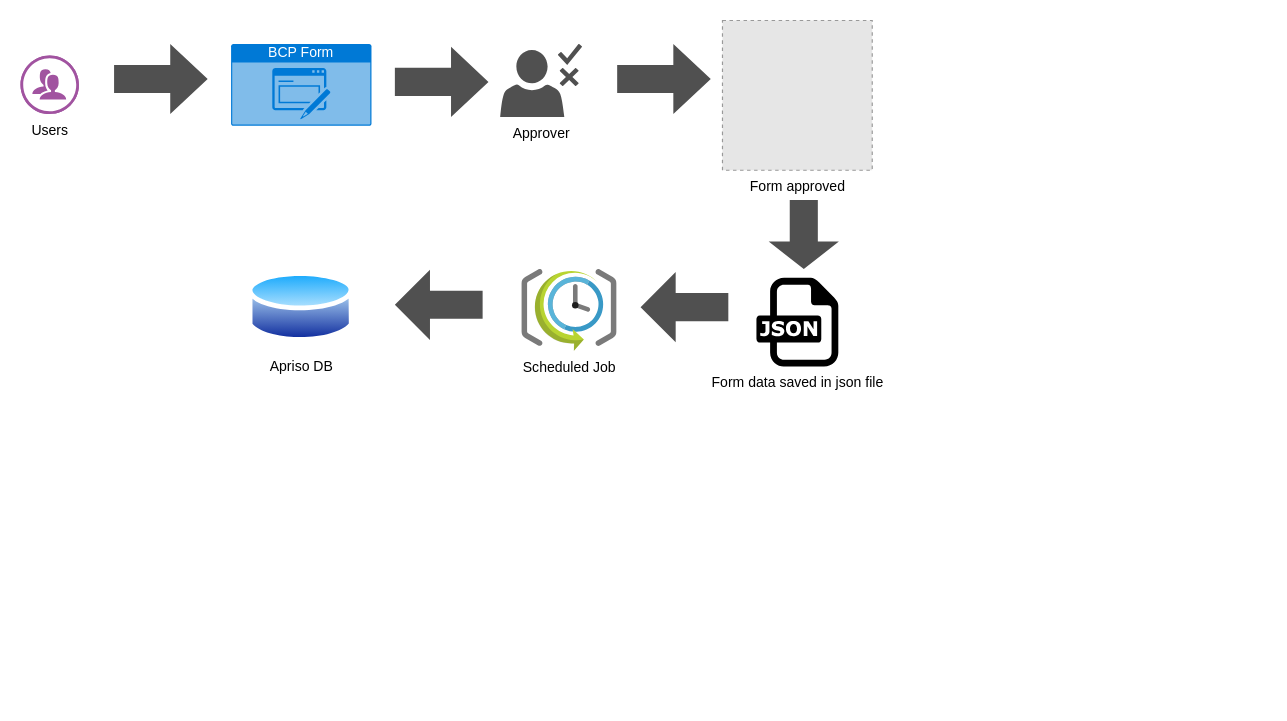
Above: page "Page-1" (1 of 2) of Untitled Diagram.drawio in chulbuljha/QHas (draw.io), before the change. Source tidied: cells renumbered, new cells numbered last; positions are measured from the earlier drawing's top-left corner, leaving out a move shared by most shapes. Both pictures are drawn from the tidied source at 117%, with x=0, y=0 at pixel (20, 20). Pictures stored in the file or linked from it are replaced by grey dashed boxes.
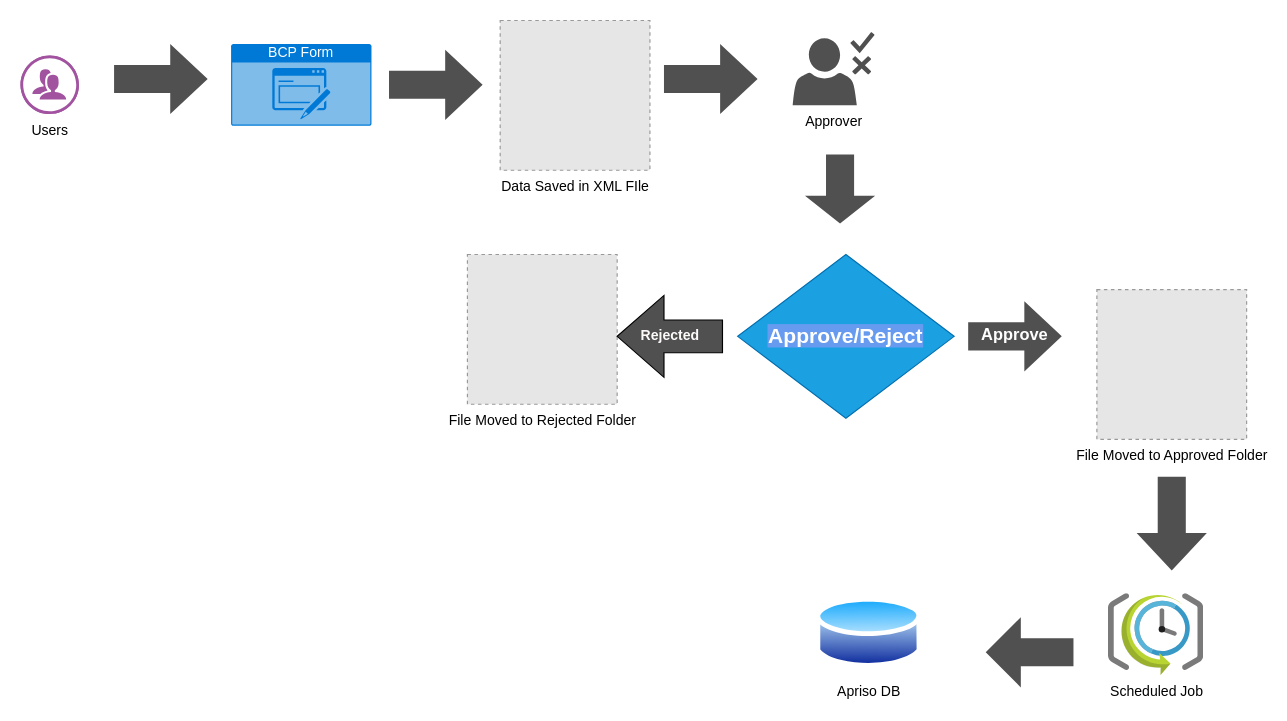
After the change.

The edit, as a diff of the source:
```diff
@@
 <mxGraphModel>
   <root>
     <mxCell id="0" />
     <mxCell id="1" parent="0" />
     <mxCell id="2" value="Users" style="verticalLabelPosition=bottom;sketch=0;html=1;fillColor=#A153A0;strokeColor=#ffffff;verticalAlign=top;align=center;shape=mxgraph.cisco_safe.compositeIcon;bgIcon=ellipse;resIcon=mxgraph.cisco_safe.design.users;" parent="1" vertex="1">
       <mxGeometry y="30" width="50" height="50" as="geometry" />
     </mxCell>
     <mxCell id="3" value="BCP Form" style="html=1;whiteSpace=wrap;strokeColor=none;fillColor=#0079D6;labelPosition=center;verticalLabelPosition=middle;verticalAlign=top;align=center;fontSize=12;spacingTop=-6;fontColor=#FFFFFF;sketch=0;shape=mxgraph.sitemap.form;" parent="1" vertex="1">
       <mxGeometry x="180" y="20" width="120" height="70" as="geometry" />
     </mxCell>
     <mxCell id="4" value="Approver" style="sketch=0;shadow=0;dashed=0;html=1;strokeColor=none;fillColor=#505050;labelPosition=center;verticalLabelPosition=bottom;verticalAlign=top;align=center;shape=mxgraph.office.users.approver;" parent="1" vertex="1">
-      <mxGeometry x="410" y="20" width="70" height="62.5" as="geometry" />
+      <mxGeometry x="660" y="10" width="70" height="62.5" as="geometry" />
     </mxCell>
-    <mxCell id="5" value="Form approved" style="fillColor=#E6E6E6;strokeColor=#999999;dashed=1;html=1;verticalAlign=top;verticalLabelPosition=bottom;labelBackgroundColor=#ffffff;" parent="1" vertex="1">
-      <mxGeometry x="600" width="128" height="128" as="geometry" />
-    </mxCell>
     <mxCell id="6" style="shape=singleArrow;whiteSpace=wrap;html=1;arrowWidth=0.4;arrowSize=0.4;verticalAlign=top;fillColor=#505050;strokeColor=none;sketch=0;shadow=0;dashed=0;rotation=90;" parent="1" vertex="1">
-      <mxGeometry x="640" y="153" width="59" height="60" as="geometry" />
+      <mxGeometry x="671" y="114" width="59" height="60" as="geometry" />
     </mxCell>
     <mxCell id="7" style="shape=singleArrow;whiteSpace=wrap;html=1;arrowWidth=0.4;arrowSize=0.4;verticalAlign=top;fillColor=#505050;strokeColor=none;sketch=0;shadow=0;dashed=0;" parent="1" vertex="1">
-      <mxGeometry x="320" y="22.5" width="80" height="60" as="geometry" />
+      <mxGeometry x="315" y="25" width="80" height="60" as="geometry" />
     </mxCell>
     <mxCell id="8" style="shape=singleArrow;whiteSpace=wrap;html=1;arrowWidth=0.4;arrowSize=0.4;verticalAlign=top;fillColor=#505050;strokeColor=none;sketch=0;shadow=0;dashed=0;" parent="1" vertex="1">
       <mxGeometry x="80" y="20" width="80" height="60" as="geometry" />
     </mxCell>
-    <mxCell id="9" value="Form data saved in json file" style="dashed=0;html=1;align=center;labelPosition=center;verticalLabelPosition=bottom;verticalAlign=top;shape=mxgraph.weblogos.json;" parent="1" vertex="1">
-      <mxGeometry x="629" y="220" width="70" height="75.8" as="geometry" />
-    </mxCell>
-    <mxCell id="10" style="shape=singleArrow;whiteSpace=wrap;html=1;arrowWidth=0.4;arrowSize=0.4;verticalAlign=top;fillColor=#505050;strokeColor=none;sketch=0;shadow=0;dashed=0;" parent="1" vertex="1">
-      <mxGeometry x="510" y="20" width="80" height="60" as="geometry" />
+    <mxCell id="10" value="&lt;h3&gt;&lt;font style=&quot;color: rgb(255, 255, 255);&quot;&gt;Approve&lt;/font&gt;&lt;/h3&gt;" style="shape=singleArrow;whiteSpace=wrap;html=1;arrowWidth=0.4;arrowSize=0.4;verticalAlign=top;fillColor=#505050;strokeColor=none;sketch=0;shadow=0;dashed=0;" parent="1" vertex="1">
+      <mxGeometry x="810" y="240" width="80" height="60" as="geometry" />
     </mxCell>
     <mxCell id="11" value="Scheduled Job" style="image;sketch=0;html=1;align=center;fontSize=12;image=img/lib/mscae/SchedulerJobCollection.svg;" parent="1" vertex="1">
-      <mxGeometry x="428.6" y="213" width="81.4" height="70" as="geometry" />
+      <mxGeometry x="930" y="490" width="81.4" height="70" as="geometry" />
     </mxCell>
-    <mxCell id="12" style="shape=singleArrow;whiteSpace=wrap;html=1;arrowWidth=0.4;arrowSize=0.4;verticalAlign=top;fillColor=#505050;strokeColor=none;sketch=0;shadow=0;dashed=0;rotation=-180;" parent="1" vertex="1">
-      <mxGeometry x="530" y="215" width="75" height="60" as="geometry" />
+    <mxCell id="12" style="shape=singleArrow;whiteSpace=wrap;html=1;arrowWidth=0.4;arrowSize=0.4;verticalAlign=top;fillColor=#505050;strokeColor=none;sketch=0;shadow=0;dashed=0;rotation=90;" parent="1" vertex="1">
+      <mxGeometry x="944" y="400" width="80" height="60" as="geometry" />
     </mxCell>
     <mxCell id="13" value="Apriso DB" style="image;perimeter=ellipsePerimeter;html=1;align=center;shadow=0;dashed=0;spacingTop=3;image=img/lib/active_directory/database.svg;" parent="1" vertex="1">
-      <mxGeometry x="194.7" y="211.5" width="90.5" height="67" as="geometry" />
+      <mxGeometry x="680" y="490" width="90.5" height="67" as="geometry" />
     </mxCell>
-    <mxCell id="14" style="shape=singleArrow;whiteSpace=wrap;html=1;arrowWidth=0.4;arrowSize=0.4;verticalAlign=top;fillColor=#505050;strokeColor=none;sketch=0;shadow=0;dashed=0;rotation=-180;" parent="1" vertex="1">
-      <mxGeometry x="320" y="213" width="75" height="60" as="geometry" />
-    </mxCell>
+    <mxCell id="15" value="Data Saved in XML FIle" style="fillColor=#E6E6E6;strokeColor=#999999;dashed=1;html=1;verticalAlign=top;verticalLabelPosition=bottom;labelBackgroundColor=#ffffff;" parent="1" vertex="1">
+      <mxGeometry x="410" width="128" height="128" as="geometry" />
+    </mxCell>
+    <mxCell id="16" style="shape=singleArrow;whiteSpace=wrap;html=1;arrowWidth=0.4;arrowSize=0.4;verticalAlign=top;fillColor=#505050;strokeColor=none;sketch=0;shadow=0;dashed=0;" parent="1" vertex="1">
+      <mxGeometry x="550" y="20" width="80" height="60" as="geometry" />
+    </mxCell>
+    <mxCell id="17" value="File Moved to Approved Folder" style="fillColor=#E6E6E6;strokeColor=#999999;dashed=1;html=1;verticalAlign=top;verticalLabelPosition=bottom;labelBackgroundColor=#ffffff;" parent="1" vertex="1">
+      <mxGeometry x="920" y="230" width="128" height="128" as="geometry" />
+    </mxCell>
+    <mxCell id="18" value="&lt;h2&gt;&lt;b style=&quot;background-color: light-dark(rgb(102, 155, 240), rgb(255, 255, 255));&quot;&gt;Approve/Reject&lt;/b&gt;&lt;/h2&gt;" style="rhombus;whiteSpace=wrap;html=1;fillColor=#1ba1e2;fontColor=#ffffff;strokeColor=#006EAF;" parent="1" vertex="1">
+      <mxGeometry x="613" y="200" width="185" height="140" as="geometry" />
+    </mxCell>
+    <mxCell id="19" value="File Moved to Rejected Folder" style="fillColor=#E6E6E6;strokeColor=#999999;dashed=1;html=1;verticalAlign=top;verticalLabelPosition=bottom;labelBackgroundColor=#ffffff;" parent="1" vertex="1">
+      <mxGeometry x="382" y="200" width="128" height="128" as="geometry" />
+    </mxCell>
+    <mxCell id="20" style="shape=singleArrow;whiteSpace=wrap;html=1;arrowWidth=0.4;arrowSize=0.4;verticalAlign=top;fillColor=#505050;strokeColor=none;sketch=0;shadow=0;dashed=0;rotation=-180;" parent="1" vertex="1">
+      <mxGeometry x="825" y="510" width="75" height="60" as="geometry" />
+    </mxCell>
+    <mxCell id="21" value="&lt;font style=&quot;color: light-dark(rgb(255, 250, 250), rgb(237, 237, 237));&quot;&gt;Rejected&lt;/font&gt;" style="html=1;shadow=0;dashed=0;align=center;verticalAlign=middle;shape=mxgraph.arrows2.arrow;dy=0.6;dx=40;flipH=1;notch=0;fillColor=#505050;fontStyle=1;" parent="1" vertex="1">
+      <mxGeometry x="510" y="235" width="90" height="70" as="geometry" />
+    </mxCell>
   </root>
 </mxGraphModel>
```
